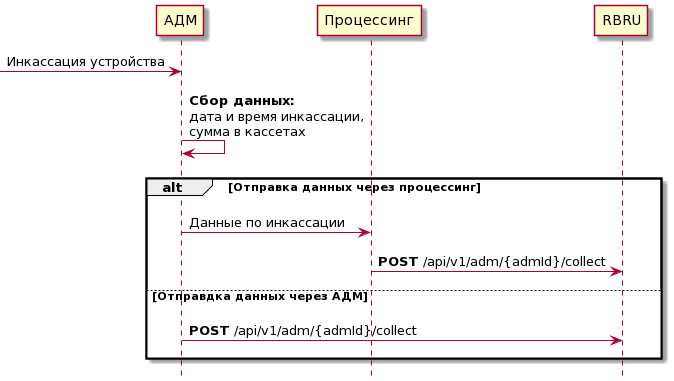
Earlier version of the PlantUML export images/sequence_2.png (Raiffeisen-DGTL/ecom-API). The source it was exported from:
```plantuml
@startuml
skinparam backgroundColor transparent
hide footbox
participant RBRU order 30
participant Процессинг order 25
participant АДМ order 20
-> АДМ : Инкассация устройства
||10||
АДМ -> АДМ : **Сбор данных:**\nдата и время инкассации,\nсумма в кассетах
||10||
alt Отправка данных через процессинг
||15||
  АДМ -> Процессинг : Данные по инкассации
||10||
  Процессинг -> RBRU : **POST** /api/v1/adm/{admId}/collect
||10||
else Отправдка данных через АДМ
||15||
  АДМ -> RBRU : **POST** /api/v1/adm/{admId}/collect
||10||
end
@enduml
```
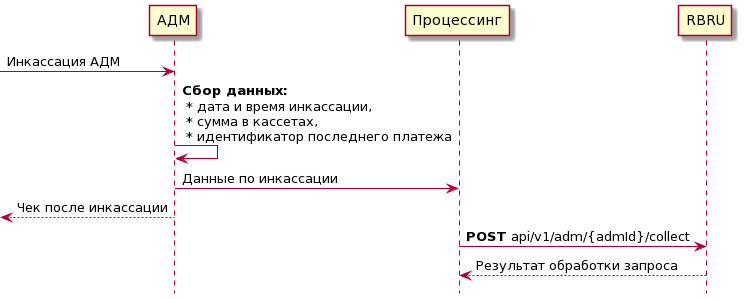
Later version of the same file.

Change to the diagram source:
```diff
@@ -1,22 +1,14 @@
 @startuml
-skinparam backgroundColor transparent
 hide footbox
+
 participant RBRU order 30
-participant Процессинг order 25
-participant АДМ order 20
--> АДМ : Инкассация устройства
-||10||
-АДМ -> АДМ : **Сбор данных:**\nдата и время инкассации,\nсумма в кассетах
-||10||
-alt Отправка данных через процессинг
-||15||
-  АДМ -> Процессинг : Данные по инкассации
-||10||
-  Процессинг -> RBRU : **POST** /api/v1/adm/{admId}/collect
-||10||
-else Отправдка данных через АДМ
-||15||
-  АДМ -> RBRU : **POST** /api/v1/adm/{admId}/collect
-||10||
-end
+participant Процессинг order 20
+participant АДМ order 10
+
+-> АДМ : Инкассация АДМ
+АДМ -> АДМ : **Сбор данных:**\n * дата и время инкассации,\n * сумма в кассетах,\n * идентификатор последнего платежа
+АДМ -> Процессинг: Данные по инкассации
+<-- АДМ : Чек после инкассации
+Процессинг -> RBRU : **POST** api/v1/adm/{admId}/collect
+Процессинг <-- RBRU : Результат обработки запроса
 @enduml
```
